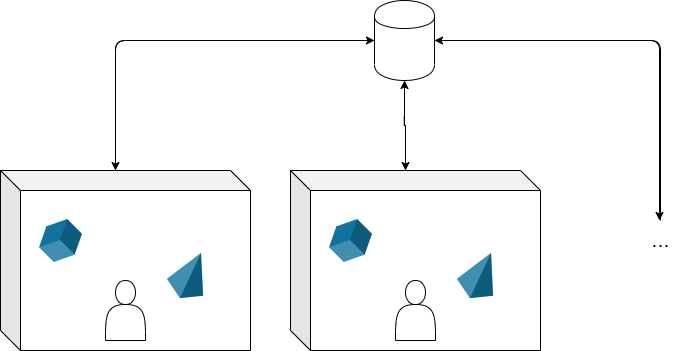
Before: gurioli_filippo_tesi/images/MultiUserBABYLON.png, a diagram exported from draw.io (FilippoGurioli/Tesi). Source tidied: cells renumbered, new cells last; positions are measured from the earlier drawing's top-left corner, leaving out a move shared by most shapes. The source it was exported from:
```xml
<mxGraphModel>
  <root>
    <mxCell id="0" />
    <mxCell id="1" parent="0" />
    <mxCell id="2" style="edgeStyle=orthogonalEdgeStyle;html=1;entryX=0;entryY=0;entryDx=115;entryDy=0;entryPerimeter=0;strokeColor=#000000;fontSize=22;exitX=0;exitY=0.5;exitDx=0;exitDy=0;" parent="1" edge="1" source="17" target="6">
      <mxGeometry relative="1" as="geometry" />
    </mxCell>
    <mxCell id="3" style="edgeStyle=orthogonalEdgeStyle;html=1;entryX=0;entryY=0;entryDx=115;entryDy=0;entryPerimeter=0;strokeColor=#000000;fontSize=22;" parent="1" edge="1" target="11">
      <mxGeometry relative="1" as="geometry">
        <mxPoint x="404" y="80" as="sourcePoint" />
      </mxGeometry>
    </mxCell>
    <mxCell id="4" style="edgeStyle=orthogonalEdgeStyle;html=1;entryX=0.475;entryY=0;entryDx=0;entryDy=0;entryPerimeter=0;strokeColor=#000000;fontSize=22;exitX=1;exitY=0.5;exitDx=0;exitDy=0;" parent="1" edge="1" source="17" target="16">
      <mxGeometry relative="1" as="geometry" />
    </mxCell>
    <mxCell id="5" style="edgeStyle=orthogonalEdgeStyle;html=1;exitX=0;exitY=0;exitDx=115;exitDy=0;exitPerimeter=0;entryX=0;entryY=0.5;entryDx=0;entryDy=0;strokeColor=#000000;fontSize=22;" parent="1" edge="1" source="6" target="17">
      <mxGeometry relative="1" as="geometry" />
    </mxCell>
    <mxCell id="6" style="shape=cube;whiteSpace=wrap;html=1;boundedLbl=1;backgroundOutline=1;darkOpacity=0.05;darkOpacity2=0.1;" parent="1" vertex="1">
      <mxGeometry y="170" width="250" height="180" as="geometry" />
    </mxCell>
    <mxCell id="7" style="shape=actor;whiteSpace=wrap;html=1;" parent="1" vertex="1">
      <mxGeometry x="105" y="280" width="40" height="60" as="geometry" />
    </mxCell>
    <mxCell id="8" style="verticalLabelPosition=bottom;verticalAlign=top;html=1;shape=mxgraph.infographic.shadedCube;isoAngle=15;fillColor=#10739E;strokeColor=none;rotation=-45;" parent="1" vertex="1">
      <mxGeometry x="40" y="220" width="40" height="40" as="geometry" />
    </mxCell>
    <mxCell id="9" style="verticalLabelPosition=bottom;verticalAlign=top;html=1;shape=mxgraph.infographic.shadedPyramid;fillColor=#10739E;strokeColor=none;rotation=25;" parent="1" vertex="1">
      <mxGeometry x="170" y="250" width="40" height="50" as="geometry" />
    </mxCell>
    <mxCell id="10" style="edgeStyle=orthogonalEdgeStyle;html=1;exitX=0;exitY=0;exitDx=115;exitDy=0;exitPerimeter=0;entryX=0.5;entryY=1;entryDx=0;entryDy=0;strokeColor=#000000;fontSize=22;" parent="1" edge="1" source="11">
      <mxGeometry relative="1" as="geometry">
        <mxPoint x="404" y="80" as="targetPoint" />
      </mxGeometry>
    </mxCell>
    <mxCell id="11" style="shape=cube;whiteSpace=wrap;html=1;boundedLbl=1;backgroundOutline=1;darkOpacity=0.05;darkOpacity2=0.1;" parent="1" vertex="1">
      <mxGeometry x="290" y="170" width="250" height="180" as="geometry" />
    </mxCell>
    <mxCell id="12" style="shape=actor;whiteSpace=wrap;html=1;" parent="1" vertex="1">
      <mxGeometry x="395" y="280" width="40" height="60" as="geometry" />
    </mxCell>
    <mxCell id="13" style="verticalLabelPosition=bottom;verticalAlign=top;html=1;shape=mxgraph.infographic.shadedCube;isoAngle=15;fillColor=#10739E;strokeColor=none;rotation=-45;" parent="1" vertex="1">
      <mxGeometry x="330" y="220" width="40" height="40" as="geometry" />
    </mxCell>
    <mxCell id="14" style="verticalLabelPosition=bottom;verticalAlign=top;html=1;shape=mxgraph.infographic.shadedPyramid;fillColor=#10739E;strokeColor=none;rotation=25;" parent="1" vertex="1">
      <mxGeometry x="460" y="250" width="40" height="50" as="geometry" />
    </mxCell>
    <mxCell id="15" style="edgeStyle=orthogonalEdgeStyle;html=1;entryX=1;entryY=0.5;entryDx=0;entryDy=0;strokeColor=#000000;fontSize=22;" parent="1" edge="1" source="16" target="17">
      <mxGeometry relative="1" as="geometry">
        <Array as="points">
          <mxPoint x="660" y="40" />
        </Array>
      </mxGeometry>
    </mxCell>
    <mxCell id="16" value="&lt;font style=&quot;font-size: 22px;&quot;&gt;...&lt;/font&gt;" style="text;html=1;align=center;verticalAlign=middle;points=[];strokeColor=none;fillColor=none;" parent="1" vertex="1">
      <mxGeometry x="640" y="220" width="40" height="40" as="geometry" />
    </mxCell>
    <mxCell id="17" style="shape=cylinder;whiteSpace=wrap;html=1;boundedLbl=1;backgroundOutline=1;fontSize=22;" parent="1" vertex="1">
      <mxGeometry x="374" width="60" height="80" as="geometry" />
    </mxCell>
  </root>
</mxGraphModel>
```
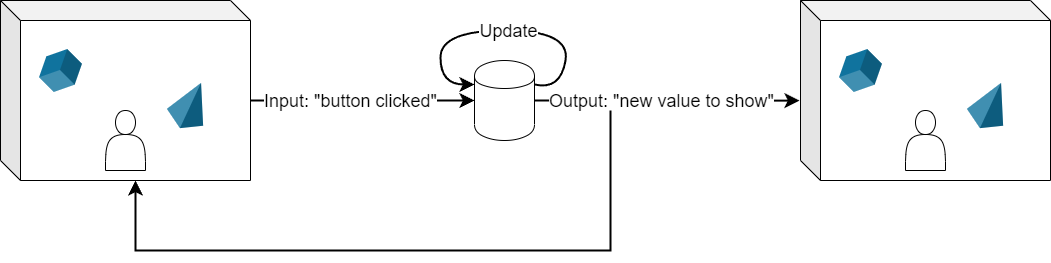
After the commit.

Change to the diagram source:
```diff
@@ -2,61 +2,73 @@
   <root>
     <mxCell id="0" />
     <mxCell id="1" parent="0" />
-    <mxCell id="2" style="edgeStyle=orthogonalEdgeStyle;html=1;entryX=0;entryY=0;entryDx=115;entryDy=0;entryPerimeter=0;strokeColor=#000000;fontSize=22;exitX=0;exitY=0.5;exitDx=0;exitDy=0;" parent="1" edge="1" source="17" target="6">
+    <mxCell id="2" style="edgeStyle=orthogonalEdgeStyle;html=1;strokeColor=#000000;fontSize=22;exitX=0;exitY=0;exitDx=250;exitDy=100;exitPerimeter=0;entryX=0;entryY=0.5;entryDx=0;entryDy=0;strokeWidth=2;endSize=9;" parent="1" edge="1" source="6" target="17">
       <mxGeometry relative="1" as="geometry" />
     </mxCell>
+    <mxCell id="18" value="&lt;font style=&quot;font-size: 18px;&quot;&gt;Input: &quot;button clicked&quot;&lt;/font&gt;" style="edgeLabel;html=1;align=center;verticalAlign=middle;" parent="2" vertex="1">
+      <mxGeometry x="-0.27" y="-1" relative="1" as="geometry">
+        <mxPoint x="18" y="-1" as="offset" />
+      </mxGeometry>
+    </mxCell>
-    <mxCell id="3" style="edgeStyle=orthogonalEdgeStyle;html=1;entryX=0;entryY=0;entryDx=115;entryDy=0;entryPerimeter=0;strokeColor=#000000;fontSize=22;" parent="1" edge="1" target="11">
-      <mxGeometry relative="1" as="geometry">
-        <mxPoint x="404" y="80" as="sourcePoint" />
-      </mxGeometry>
+    <mxCell id="3" style="edgeStyle=orthogonalEdgeStyle;html=1;strokeColor=#000000;fontSize=22;exitX=1;exitY=0.5;exitDx=0;exitDy=0;entryX=-0.004;entryY=0.556;entryDx=0;entryDy=0;entryPerimeter=0;strokeWidth=2;endSize=9;" parent="1" edge="1" source="17" target="11">
+      <mxGeometry relative="1" as="geometry" />
     </mxCell>
-    <mxCell id="4" style="edgeStyle=orthogonalEdgeStyle;html=1;entryX=0.475;entryY=0;entryDx=0;entryDy=0;entryPerimeter=0;strokeColor=#000000;fontSize=22;exitX=1;exitY=0.5;exitDx=0;exitDy=0;" parent="1" edge="1" source="17" target="16">
-      <mxGeometry relative="1" as="geometry" />
-    </mxCell>
-    <mxCell id="5" style="edgeStyle=orthogonalEdgeStyle;html=1;exitX=0;exitY=0;exitDx=115;exitDy=0;exitPerimeter=0;entryX=0;entryY=0.5;entryDx=0;entryDy=0;strokeColor=#000000;fontSize=22;" parent="1" edge="1" source="6" target="17">
-      <mxGeometry relative="1" as="geometry" />
-    </mxCell>
+    <mxCell id="19" value="&lt;font style=&quot;font-size: 18px;&quot;&gt;Output: &quot;new value to show&quot;&lt;/font&gt;" style="edgeLabel;html=1;align=center;verticalAlign=middle;" parent="3" vertex="1">
+      <mxGeometry x="-0.26" y="-1" relative="1" as="geometry">
+        <mxPoint x="28" y="-1" as="offset" />
+      </mxGeometry>
+    </mxCell>
     <mxCell id="6" style="shape=cube;whiteSpace=wrap;html=1;boundedLbl=1;backgroundOutline=1;darkOpacity=0.05;darkOpacity2=0.1;" parent="1" vertex="1">
-      <mxGeometry y="170" width="250" height="180" as="geometry" />
+      <mxGeometry x="-100" y="-60" width="250" height="180" as="geometry" />
     </mxCell>
     <mxCell id="7" style="shape=actor;whiteSpace=wrap;html=1;" parent="1" vertex="1">
-      <mxGeometry x="105" y="280" width="40" height="60" as="geometry" />
+      <mxGeometry x="5" y="50" width="40" height="60" as="geometry" />
     </mxCell>
     <mxCell id="8" style="verticalLabelPosition=bottom;verticalAlign=top;html=1;shape=mxgraph.infographic.shadedCube;isoAngle=15;fillColor=#10739E;strokeColor=none;rotation=-45;" parent="1" vertex="1">
-      <mxGeometry x="40" y="220" width="40" height="40" as="geometry" />
+      <mxGeometry x="-60" y="-10" width="40" height="40" as="geometry" />
     </mxCell>
     <mxCell id="9" style="verticalLabelPosition=bottom;verticalAlign=top;html=1;shape=mxgraph.infographic.shadedPyramid;fillColor=#10739E;strokeColor=none;rotation=25;" parent="1" vertex="1">
-      <mxGeometry x="170" y="250" width="40" height="50" as="geometry" />
+      <mxGeometry x="70" y="20" width="40" height="50" as="geometry" />
     </mxCell>
-    <mxCell id="10" style="edgeStyle=orthogonalEdgeStyle;html=1;exitX=0;exitY=0;exitDx=115;exitDy=0;exitPerimeter=0;entryX=0.5;entryY=1;entryDx=0;entryDy=0;strokeColor=#000000;fontSize=22;" parent="1" edge="1" source="11">
-      <mxGeometry relative="1" as="geometry">
-        <mxPoint x="404" y="80" as="targetPoint" />
-      </mxGeometry>
-    </mxCell>
     <mxCell id="11" style="shape=cube;whiteSpace=wrap;html=1;boundedLbl=1;backgroundOutline=1;darkOpacity=0.05;darkOpacity2=0.1;" parent="1" vertex="1">
-      <mxGeometry x="290" y="170" width="250" height="180" as="geometry" />
+      <mxGeometry x="700" y="-60" width="250" height="180" as="geometry" />
     </mxCell>
     <mxCell id="12" style="shape=actor;whiteSpace=wrap;html=1;" parent="1" vertex="1">
-      <mxGeometry x="395" y="280" width="40" height="60" as="geometry" />
+      <mxGeometry x="805" y="50" width="40" height="60" as="geometry" />
     </mxCell>
     <mxCell id="13" style="verticalLabelPosition=bottom;verticalAlign=top;html=1;shape=mxgraph.infographic.shadedCube;isoAngle=15;fillColor=#10739E;strokeColor=none;rotation=-45;" parent="1" vertex="1">
-      <mxGeometry x="330" y="220" width="40" height="40" as="geometry" />
+      <mxGeometry x="740" y="-10" width="40" height="40" as="geometry" />
     </mxCell>
     <mxCell id="14" style="verticalLabelPosition=bottom;verticalAlign=top;html=1;shape=mxgraph.infographic.shadedPyramid;fillColor=#10739E;strokeColor=none;rotation=25;" parent="1" vertex="1">
-      <mxGeometry x="460" y="250" width="40" height="50" as="geometry" />
+      <mxGeometry x="870" y="20" width="40" height="50" as="geometry" />
     </mxCell>
-    <mxCell id="15" style="edgeStyle=orthogonalEdgeStyle;html=1;entryX=1;entryY=0.5;entryDx=0;entryDy=0;strokeColor=#000000;fontSize=22;" parent="1" edge="1" source="16" target="17">
-      <mxGeometry relative="1" as="geometry">
-        <Array as="points">
-          <mxPoint x="660" y="40" />
-        </Array>
-      </mxGeometry>
-    </mxCell>
-    <mxCell id="16" value="&lt;font style=&quot;font-size: 22px;&quot;&gt;...&lt;/font&gt;" style="text;html=1;align=center;verticalAlign=middle;points=[];strokeColor=none;fillColor=none;" parent="1" vertex="1">
-      <mxGeometry x="640" y="220" width="40" height="40" as="geometry" />
-    </mxCell>
+    <mxCell id="20" style="edgeStyle=none;html=1;entryX=0;entryY=0;entryDx=135;entryDy=180;entryPerimeter=0;rounded=0;strokeWidth=2;endSize=9;" parent="1" edge="1" target="6">
+      <mxGeometry relative="1" as="geometry">
+        <mxPoint x="510" y="50" as="sourcePoint" />
+        <Array as="points">
+          <mxPoint x="510" y="70" />
+          <mxPoint x="510" y="190" />
+          <mxPoint x="35" y="190" />
+        </Array>
+      </mxGeometry>
+    </mxCell>
     <mxCell id="17" style="shape=cylinder;whiteSpace=wrap;html=1;boundedLbl=1;backgroundOutline=1;fontSize=22;" parent="1" vertex="1">
       <mxGeometry x="374" width="60" height="80" as="geometry" />
     </mxCell>
+    <mxCell id="21" style="edgeStyle=none;curved=1;html=1;exitX=1;exitY=0.3;exitDx=0;exitDy=0;entryX=0;entryY=0.3;entryDx=0;entryDy=0;strokeWidth=2;endSize=9;" parent="1" edge="1" source="17" target="17">
+      <mxGeometry relative="1" as="geometry">
+        <Array as="points">
+          <mxPoint x="460" y="30" />
+          <mxPoint x="470" y="-30" />
+          <mxPoint x="340" y="-30" />
+          <mxPoint x="340" y="24" />
+        </Array>
+      </mxGeometry>
+    </mxCell>
+    <mxCell id="22" value="&lt;font style=&quot;font-size: 18px;&quot;&gt;Update&lt;/font&gt;" style="edgeLabel;html=1;align=center;verticalAlign=middle;" parent="21" vertex="1">
+      <mxGeometry x="-0.16" relative="1" as="geometry">
+        <mxPoint x="-22" as="offset" />
+      </mxGeometry>
+    </mxCell>
   </root>
 </mxGraphModel>
```
